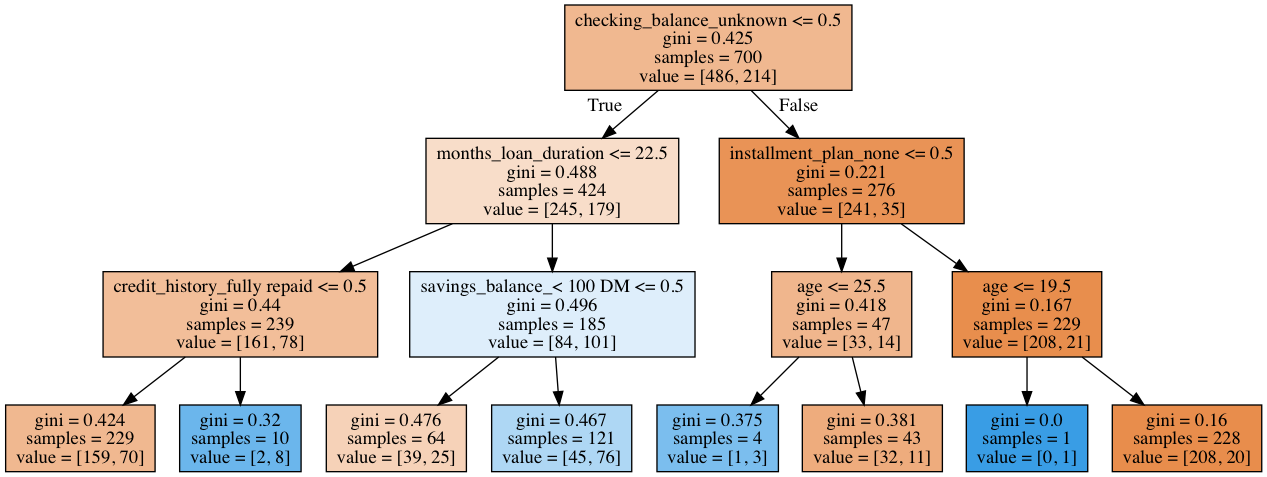
Before: demos/tree.png, a diagram exported from Graphviz (abulbasar/machine-learning). Its source is kept beside it as demos/tree.dot.
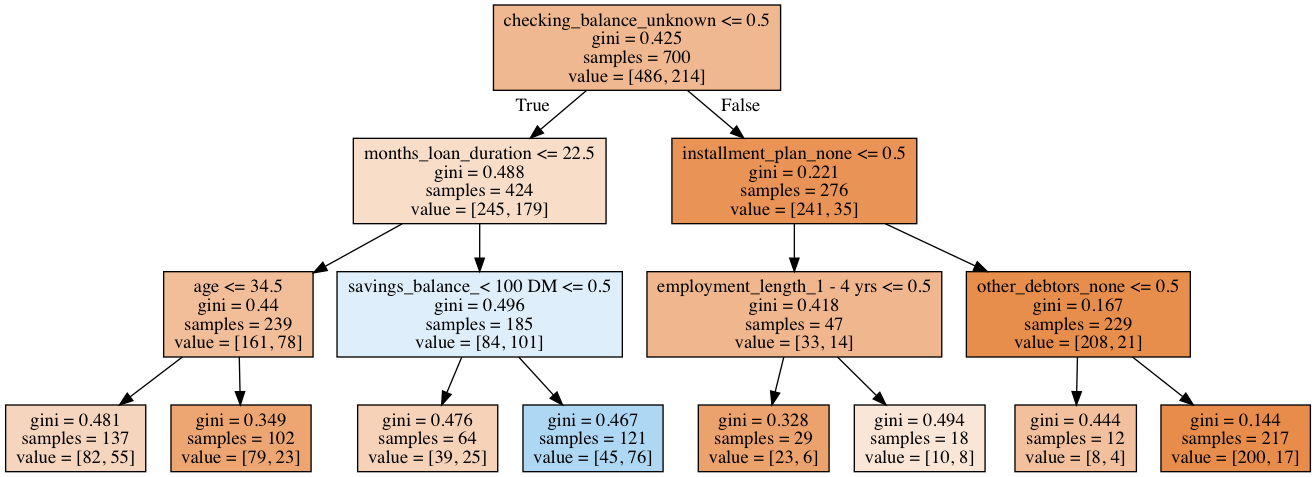
Later version of the same file.

Change to the diagram source:
```diff
@@ -3,11 +3,11 @@
 0 [label="checking_balance_unknown <= 0.5\ngini = 0.425\nsamples = 700\nvalue = [486, 214]", fillcolor="#e581398f"] ;
 1 [label="months_loan_duration <= 22.5\ngini = 0.488\nsamples = 424\nvalue = [245, 179]", fillcolor="#e5813945"] ;
 0 -> 1 [labeldistance=2.5, labelangle=45, headlabel="True"] ;
-2 [label="credit_history_fully repaid <= 0.5\ngini = 0.44\nsamples = 239\nvalue = [161, 78]", fillcolor="#e5813983"] ;
+2 [label="age <= 34.5\ngini = 0.44\nsamples = 239\nvalue = [161, 78]", fillcolor="#e5813983"] ;
 1 -> 2 ;
-3 [label="gini = 0.424\nsamples = 229\nvalue = [159, 70]", fillcolor="#e581398f"] ;
+3 [label="gini = 0.481\nsamples = 137\nvalue = [82, 55]", fillcolor="#e5813954"] ;
 2 -> 3 ;
-4 [label="gini = 0.32\nsamples = 10\nvalue = [2, 8]", fillcolor="#399de5bf"] ;
+4 [label="gini = 0.349\nsamples = 102\nvalue = [79, 23]", fillcolor="#e58139b5"] ;
 2 -> 4 ;
 5 [label="savings_balance_< 100 DM <= 0.5\ngini = 0.496\nsamples = 185\nvalue = [84, 101]", fillcolor="#399de52b"] ;
 1 -> 5 ;
@@ -17,16 +17,16 @@
 5 -> 7 ;
 8 [label="installment_plan_none <= 0.5\ngini = 0.221\nsamples = 276\nvalue = [241, 35]", fillcolor="#e58139da"] ;
 0 -> 8 [labeldistance=2.5, labelangle=-45, headlabel="False"] ;
-9 [label="age <= 25.5\ngini = 0.418\nsamples = 47\nvalue = [33, 14]", fillcolor="#e5813993"] ;
+9 [label="employment_length_1 - 4 yrs <= 0.5\ngini = 0.418\nsamples = 47\nvalue = [33, 14]", fillcolor="#e5813993"] ;
 8 -> 9 ;
-10 [label="gini = 0.375\nsamples = 4\nvalue = [1, 3]", fillcolor="#399de5aa"] ;
+10 [label="gini = 0.328\nsamples = 29\nvalue = [23, 6]", fillcolor="#e58139bc"] ;
 9 -> 10 ;
-11 [label="gini = 0.381\nsamples = 43\nvalue = [32, 11]", fillcolor="#e58139a7"] ;
+11 [label="gini = 0.494\nsamples = 18\nvalue = [10, 8]", fillcolor="#e5813933"] ;
 9 -> 11 ;
-12 [label="age <= 19.5\ngini = 0.167\nsamples = 229\nvalue = [208, 21]", fillcolor="#e58139e5"] ;
+12 [label="other_debtors_none <= 0.5\ngini = 0.167\nsamples = 229\nvalue = [208, 21]", fillcolor="#e58139e5"] ;
 8 -> 12 ;
-13 [label="gini = 0.0\nsamples = 1\nvalue = [0, 1]", fillcolor="#399de5ff"] ;
+13 [label="gini = 0.444\nsamples = 12\nvalue = [8, 4]", fillcolor="#e581397f"] ;
 12 -> 13 ;
-14 [label="gini = 0.16\nsamples = 228\nvalue = [208, 20]", fillcolor="#e58139e6"] ;
+14 [label="gini = 0.144\nsamples = 217\nvalue = [200, 17]", fillcolor="#e58139e9"] ;
 12 -> 14 ;
 }
```
